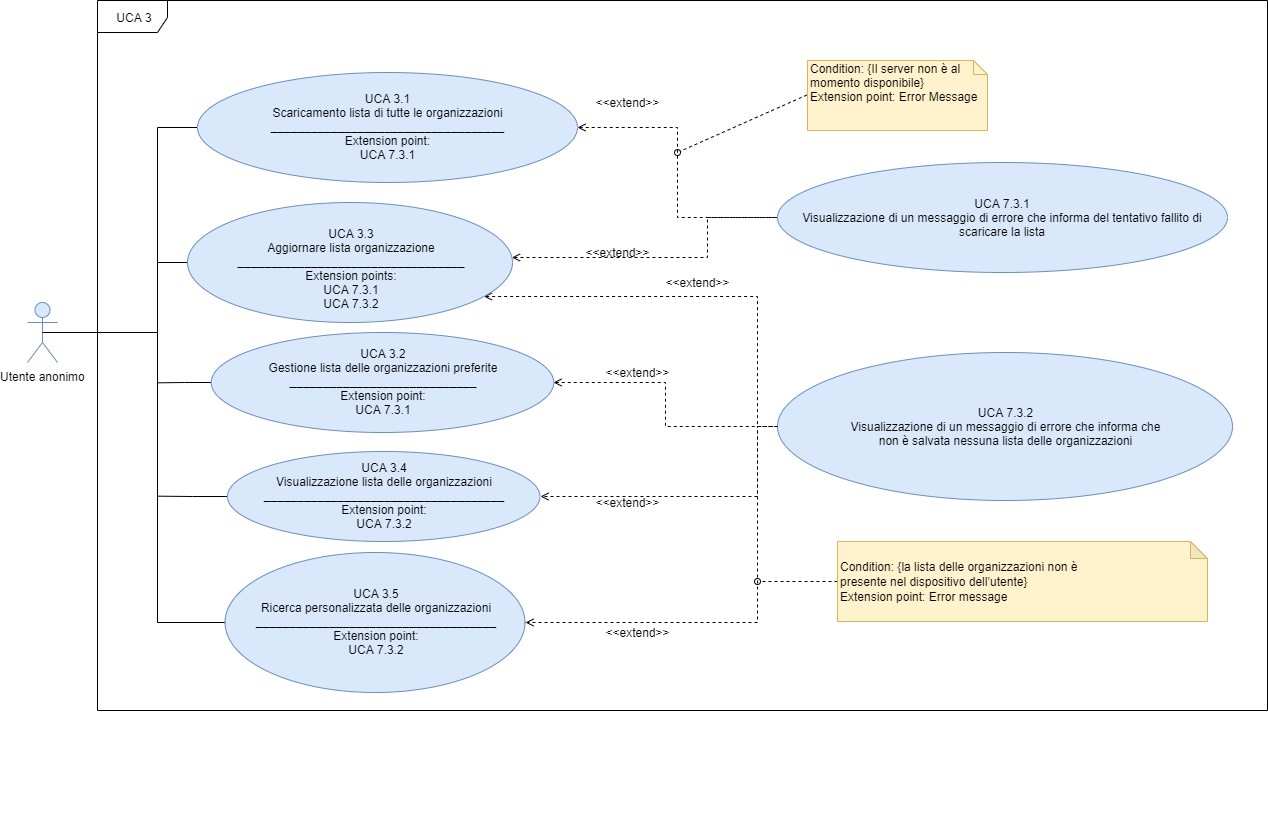
The draw.io diagram DocumentazioneEsterna/AnalisiRequisiti/sezioni/UseCase/Immagini/UCA3.png in qb-team/Stalker-Documentazione, before a commit. Source tidied: cells renumbered, new cells last; positions are measured from the earlier drawing's top-left corner, leaving out a move shared by most shapes.
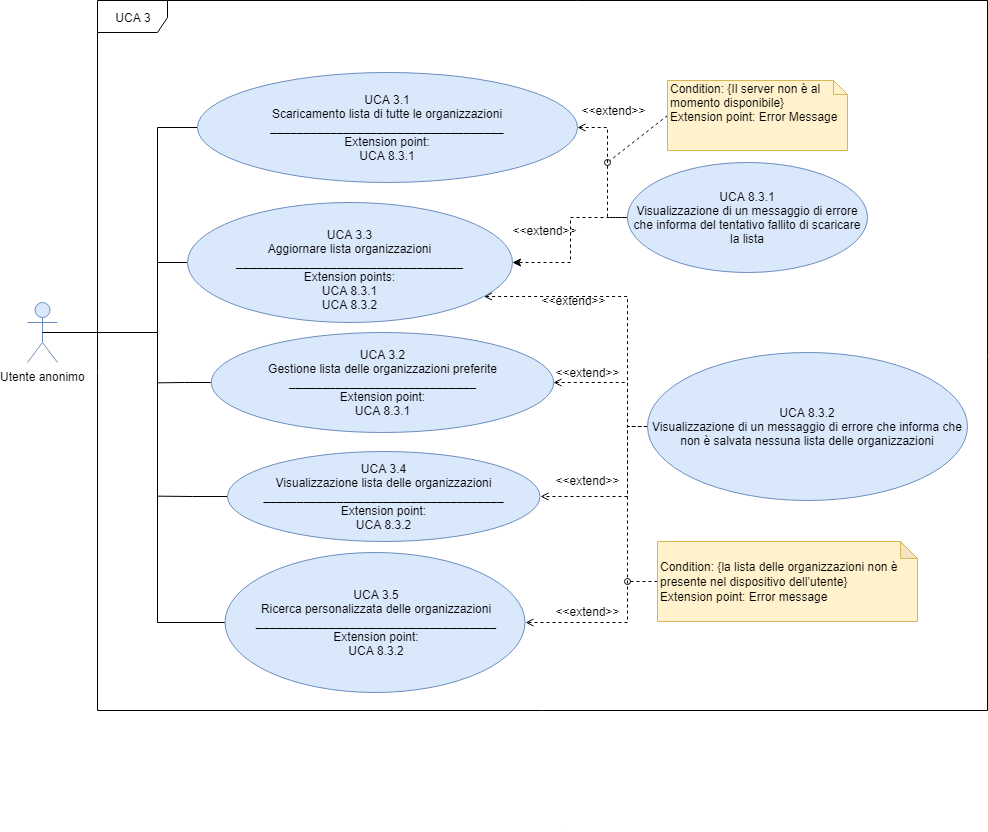
The same file after the commit.

Diff of the diagram source:
```diff
@@ -3,7 +3,7 @@
     <mxCell id="0" />
     <mxCell id="1" parent="0" />
     <mxCell id="2" value="UCA 3" style="shape=umlFrame;whiteSpace=wrap;html=1;width=70;height=32;" parent="1" vertex="1">
-      <mxGeometry x="70" width="1170" height="710" as="geometry" />
+      <mxGeometry x="70" width="890" height="710" as="geometry" />
     </mxCell>
     <mxCell id="3" value="Utente anonimo" style="shape=umlActor;verticalLabelPosition=bottom;labelBackgroundColor=#ffffff;verticalAlign=top;html=1;outlineConnect=0;fillColor=#dae8fc;strokeColor=#6c8ebf;fontSize=12;" parent="1" vertex="1">
       <mxGeometry y="302" width="30" height="60" as="geometry" />
@@ -16,45 +16,40 @@
         </Array>
       </mxGeometry>
     </mxCell>
-    <mxCell id="5" value="&lt;font style=&quot;font-size: 12px&quot;&gt;&lt;font style=&quot;font-size: 12px&quot;&gt;UCA 3.1&lt;br&gt;Scaricamento lista di tutte le organizzazioni&lt;br style=&quot;font-size: 12px&quot;&gt;&lt;font style=&quot;font-size: 12px&quot;&gt;&lt;b&gt;___________________________________&lt;br style=&quot;font-size: 12px&quot;&gt;&lt;/b&gt;&lt;div&gt;&lt;span&gt;Extension point:&lt;/span&gt;&lt;/div&gt;&lt;div&gt;&lt;span&gt;UCA 7.3.1&lt;/span&gt;&lt;/div&gt;&lt;/font&gt;&lt;/font&gt;&lt;/font&gt;" style="ellipse;whiteSpace=wrap;html=1;fillColor=#dae8fc;strokeColor=#6c8ebf;fontSize=12;" parent="1" vertex="1">
+    <mxCell id="5" value="&lt;font style=&quot;font-size: 12px&quot;&gt;&lt;font style=&quot;font-size: 12px&quot;&gt;UCA 3.1&lt;br&gt;Scaricamento lista di tutte le organizzazioni&lt;br style=&quot;font-size: 12px&quot;&gt;&lt;font style=&quot;font-size: 12px&quot;&gt;&lt;b&gt;___________________________________&lt;br style=&quot;font-size: 12px&quot;&gt;&lt;/b&gt;&lt;div&gt;&lt;span&gt;Extension point:&lt;/span&gt;&lt;/div&gt;&lt;div&gt;&lt;span&gt;UCA 8.3.1&lt;/span&gt;&lt;/div&gt;&lt;/font&gt;&lt;/font&gt;&lt;/font&gt;" style="ellipse;whiteSpace=wrap;html=1;fillColor=#dae8fc;strokeColor=#6c8ebf;fontSize=12;" parent="1" vertex="1">
       <mxGeometry x="170" y="72" width="380" height="110" as="geometry" />
     </mxCell>
-    <mxCell id="6" style="edgeStyle=orthogonalEdgeStyle;rounded=0;jettySize=auto;html=1;exitX=0;exitY=0.5;exitDx=0;exitDy=0;dashed=1;endArrow=open;endFill=0;startArrow=none;startFill=0;fontSize=12;" parent="1" edge="1" source="7" target="15">
-      <mxGeometry relative="1" as="geometry">
-        <Array as="points">
-          <mxPoint x="680" y="217" />
-          <mxPoint x="680" y="257" />
-        </Array>
-      </mxGeometry>
+    <mxCell id="6" style="edgeStyle=orthogonalEdgeStyle;rounded=0;jettySize=auto;html=1;entryX=1;entryY=0.5;entryDx=0;entryDy=0;dashed=1;" parent="1" edge="1" source="7" target="15">
+      <mxGeometry relative="1" as="geometry" />
     </mxCell>
-    <mxCell id="7" value="&lt;font style=&quot;font-size: 12px&quot;&gt;UCA 7.3.1&lt;br&gt;Visualizzazione di un messaggio di errore che informa del tentativo fallito di scaricare la lista&lt;/font&gt;" style="ellipse;whiteSpace=wrap;html=1;fillColor=#dae8fc;strokeColor=#6c8ebf;fontSize=12;" parent="1" vertex="1">
-      <mxGeometry x="750" y="162" width="450" height="110" as="geometry" />
+    <mxCell id="7" value="&lt;font style=&quot;font-size: 12px&quot;&gt;UCA 8.3.1&lt;br&gt;Visualizzazione di un messaggio di errore che informa del tentativo fallito di scaricare la lista&lt;/font&gt;" style="ellipse;whiteSpace=wrap;html=1;fillColor=#dae8fc;strokeColor=#6c8ebf;fontSize=12;" parent="1" vertex="1">
+      <mxGeometry x="600" y="162" width="240" height="110" as="geometry" />
     </mxCell>
     <mxCell id="8" style="edgeStyle=orthogonalEdgeStyle;rounded=0;jettySize=auto;html=1;exitX=0;exitY=0.5;exitDx=0;exitDy=0;entryX=1;entryY=0.5;entryDx=0;entryDy=0;dashed=1;endArrow=open;endFill=0;startArrow=none;startFill=0;fontSize=12;" parent="1" edge="1" source="10" target="17">
       <mxGeometry relative="1" as="geometry">
         <Array as="points">
-          <mxPoint x="730" y="426" />
-          <mxPoint x="730" y="496" />
+          <mxPoint x="600" y="426" />
+          <mxPoint x="600" y="496" />
         </Array>
       </mxGeometry>
     </mxCell>
     <mxCell id="9" style="edgeStyle=orthogonalEdgeStyle;rounded=0;jettySize=auto;html=1;exitX=0;exitY=0.5;exitDx=0;exitDy=0;entryX=1;entryY=0.5;entryDx=0;entryDy=0;dashed=1;endArrow=open;endFill=0;startArrow=none;startFill=0;fontSize=12;" parent="1" edge="1" source="10" target="19">
       <mxGeometry relative="1" as="geometry">
         <Array as="points">
-          <mxPoint x="730" y="426" />
-          <mxPoint x="730" y="622" />
+          <mxPoint x="600" y="426" />
+          <mxPoint x="600" y="622" />
         </Array>
       </mxGeometry>
     </mxCell>
-    <mxCell id="10" value="&lt;font style=&quot;font-size: 12px&quot;&gt;UCA 7.3.2&lt;br&gt;Visualizzazione di un messaggio di errore che informa che&lt;br style=&quot;box-sizing: content-box ; padding: 0px ; margin: 0px ; font-size: 12px&quot;&gt;non è salvata nessuna lista delle organizzazioni&lt;/font&gt;" style="ellipse;whiteSpace=wrap;html=1;fillColor=#dae8fc;strokeColor=#6c8ebf;fontSize=12;" parent="1" vertex="1">
-      <mxGeometry x="750" y="352" width="455" height="148" as="geometry" />
+    <mxCell id="10" value="&lt;font style=&quot;font-size: 12px&quot;&gt;UCA 8.3.2&lt;br&gt;Visualizzazione di un messaggio di errore che informa che&lt;br style=&quot;box-sizing: content-box ; padding: 0px ; margin: 0px ; font-size: 12px&quot;&gt;non è salvata nessuna lista delle organizzazioni&lt;/font&gt;" style="ellipse;whiteSpace=wrap;html=1;fillColor=#dae8fc;strokeColor=#6c8ebf;fontSize=12;" parent="1" vertex="1">
+      <mxGeometry x="620" y="352" width="320" height="148" as="geometry" />
     </mxCell>
     <mxCell id="11" style="edgeStyle=orthogonalEdgeStyle;rounded=0;jettySize=auto;html=1;exitX=0;exitY=0.5;exitDx=0;exitDy=0;startArrow=none;startFill=0;endArrow=none;endFill=0;fontSize=12;" parent="1" edge="1" source="12">
       <mxGeometry relative="1" as="geometry">
         <mxPoint x="130" y="382.3" as="targetPoint" />
       </mxGeometry>
     </mxCell>
-    <mxCell id="12" value="&lt;font style=&quot;font-size: 12px&quot;&gt;UCA 3.2&lt;br&gt;Gestione lista delle organizzazioni preferite&lt;br style=&quot;font-size: 12px&quot;&gt;&lt;div style=&quot;text-align: center&quot;&gt;&lt;span style=&quot;text-align: left&quot;&gt;&lt;b&gt;____________________________&lt;/b&gt;&lt;/span&gt;&lt;/div&gt;&lt;div style=&quot;text-align: center&quot;&gt;&lt;span style=&quot;text-align: left&quot;&gt;Extension point:&lt;/span&gt;&lt;/div&gt;UCA 7.3.1&lt;br style=&quot;font-size: 12px&quot;&gt;&lt;/font&gt;" style="ellipse;whiteSpace=wrap;html=1;fillColor=#dae8fc;strokeColor=#6c8ebf;fontSize=12;" parent="1" vertex="1">
+    <mxCell id="12" value="&lt;font style=&quot;font-size: 12px&quot;&gt;UCA 3.2&lt;br&gt;Gestione lista delle organizzazioni preferite&lt;br style=&quot;font-size: 12px&quot;&gt;&lt;div style=&quot;text-align: center&quot;&gt;&lt;span style=&quot;text-align: left&quot;&gt;&lt;b&gt;____________________________&lt;/b&gt;&lt;/span&gt;&lt;/div&gt;&lt;div style=&quot;text-align: center&quot;&gt;&lt;span style=&quot;text-align: left&quot;&gt;Extension point:&lt;/span&gt;&lt;/div&gt;UCA 8.3.1&lt;br style=&quot;font-size: 12px&quot;&gt;&lt;/font&gt;" style="ellipse;whiteSpace=wrap;html=1;fillColor=#dae8fc;strokeColor=#6c8ebf;fontSize=12;" parent="1" vertex="1">
       <mxGeometry x="183.8" y="332" width="342.5" height="100" as="geometry" />
     </mxCell>
     <mxCell id="13" style="edgeStyle=orthogonalEdgeStyle;rounded=0;jettySize=auto;html=1;exitX=0;exitY=0.5;exitDx=0;exitDy=0;startArrow=none;startFill=0;endArrow=none;endFill=0;fontSize=12;" parent="1" edge="1" source="15">
@@ -65,12 +60,12 @@
     <mxCell id="14" style="edgeStyle=orthogonalEdgeStyle;rounded=0;jettySize=auto;html=1;entryX=0;entryY=0.5;entryDx=0;entryDy=0;endArrow=none;endFill=0;startArrow=open;startFill=0;dashed=1;fontSize=12;" parent="1" edge="1" source="15" target="10">
       <mxGeometry relative="1" as="geometry">
         <Array as="points">
-          <mxPoint x="730" y="296" />
-          <mxPoint x="730" y="426" />
+          <mxPoint x="600" y="296" />
+          <mxPoint x="600" y="426" />
         </Array>
       </mxGeometry>
     </mxCell>
-    <mxCell id="15" value="&lt;font style=&quot;font-size: 12px&quot;&gt;&lt;span style=&quot;line-height: 100% ; font-size: 12px&quot;&gt;&lt;br style=&quot;font-size: 12px&quot;&gt;UCA 3.3&lt;br&gt;Aggiornare lista organizzazione&lt;/span&gt;&lt;br style=&quot;font-size: 12px&quot;&gt;&lt;div style=&quot;text-align: center&quot;&gt;&lt;span style=&quot;text-align: left&quot;&gt;&lt;b&gt;__________________________________&lt;/b&gt;&lt;/span&gt;&lt;/div&gt;&lt;div style=&quot;text-align: center&quot;&gt;&lt;span style=&quot;text-align: left&quot;&gt;Extension points:&lt;/span&gt;&lt;/div&gt;&lt;span style=&quot;text-align: left ; font-size: 12px&quot;&gt;UCA 7.3.1&lt;br&gt;UCA 7.3.2&lt;/span&gt;&lt;br style=&quot;font-size: 12px&quot;&gt;&lt;/font&gt;" style="ellipse;whiteSpace=wrap;html=1;fillColor=#dae8fc;strokeColor=#6c8ebf;fontSize=12;" parent="1" vertex="1">
+    <mxCell id="15" value="&lt;font style=&quot;font-size: 12px&quot;&gt;&lt;span style=&quot;line-height: 100% ; font-size: 12px&quot;&gt;&lt;br style=&quot;font-size: 12px&quot;&gt;UCA 3.3&lt;br&gt;Aggiornare lista organizzazioni&lt;/span&gt;&lt;br style=&quot;font-size: 12px&quot;&gt;&lt;div style=&quot;text-align: center&quot;&gt;&lt;span style=&quot;text-align: left&quot;&gt;&lt;b&gt;__________________________________&lt;/b&gt;&lt;/span&gt;&lt;/div&gt;&lt;div style=&quot;text-align: center&quot;&gt;&lt;span style=&quot;text-align: left&quot;&gt;Extension points:&lt;/span&gt;&lt;/div&gt;&lt;span style=&quot;text-align: left ; font-size: 12px&quot;&gt;UCA 8.3.1&lt;br&gt;UCA 8.3.2&lt;/span&gt;&lt;br style=&quot;font-size: 12px&quot;&gt;&lt;/font&gt;" style="ellipse;whiteSpace=wrap;html=1;fillColor=#dae8fc;strokeColor=#6c8ebf;fontSize=12;" parent="1" vertex="1">
       <mxGeometry x="160" y="202" width="325" height="120" as="geometry" />
     </mxCell>
     <mxCell id="16" style="edgeStyle=orthogonalEdgeStyle;rounded=0;jettySize=auto;html=1;exitX=0;exitY=0.5;exitDx=0;exitDy=0;startArrow=none;startFill=0;endArrow=none;endFill=0;fontSize=12;" parent="1" edge="1" source="17">
@@ -78,7 +73,7 @@
         <mxPoint x="130" y="495.7" as="targetPoint" />
       </mxGeometry>
     </mxCell>
-    <mxCell id="17" value="&lt;font style=&quot;font-size: 12px&quot;&gt;UCA 3.4&lt;br&gt;Visualizzazione lista delle organizzazioni&lt;br style=&quot;font-size: 12px&quot;&gt;&lt;span style=&quot;text-align: left&quot;&gt;&lt;b&gt;____________________________________&lt;/b&gt;&lt;br&gt;Extension point:&lt;br&gt;&lt;/span&gt;UCA 7.3.2&lt;br style=&quot;font-size: 12px&quot;&gt;&lt;/font&gt;" style="ellipse;whiteSpace=wrap;html=1;fillColor=#dae8fc;strokeColor=#6c8ebf;fontSize=12;" parent="1" vertex="1">
+    <mxCell id="17" value="&lt;font style=&quot;font-size: 12px&quot;&gt;UCA 3.4&lt;br&gt;Visualizzazione lista delle organizzazioni&lt;br style=&quot;font-size: 12px&quot;&gt;&lt;span style=&quot;text-align: left&quot;&gt;&lt;b&gt;____________________________________&lt;/b&gt;&lt;br&gt;Extension point:&lt;br&gt;&lt;/span&gt;UCA 8.3.2&lt;br style=&quot;font-size: 12px&quot;&gt;&lt;/font&gt;" style="ellipse;whiteSpace=wrap;html=1;fillColor=#dae8fc;strokeColor=#6c8ebf;fontSize=12;" parent="1" vertex="1">
       <mxGeometry x="200" y="451" width="312.5" height="90" as="geometry" />
     </mxCell>
     <mxCell id="18" style="edgeStyle=orthogonalEdgeStyle;rounded=0;jettySize=auto;html=1;exitX=0;exitY=0.5;exitDx=0;exitDy=0;startArrow=none;startFill=0;endArrow=none;endFill=0;fontSize=12;" parent="1" edge="1" source="19">
@@ -89,28 +84,37 @@
         </Array>
       </mxGeometry>
     </mxCell>
-    <mxCell id="19" value="&lt;font style=&quot;font-size: 12px&quot;&gt;UCA 3.5&lt;br&gt;Ricerca personalizzata delle organizzazioni&lt;br style=&quot;font-size: 12px&quot;&gt;&lt;div style=&quot;text-align: center&quot;&gt;&lt;span style=&quot;text-align: left&quot;&gt;&lt;b&gt;____________________________________&lt;/b&gt;&lt;/span&gt;&lt;/div&gt;&lt;div style=&quot;text-align: center&quot;&gt;&lt;span style=&quot;text-align: left&quot;&gt;Extension point:&lt;/span&gt;&lt;/div&gt;UCA 7.3.2&lt;br style=&quot;font-size: 12px&quot;&gt;&lt;/font&gt;" style="ellipse;whiteSpace=wrap;html=1;fillColor=#dae8fc;strokeColor=#6c8ebf;fontSize=12;" parent="1" vertex="1">
+    <mxCell id="19" value="&lt;font style=&quot;font-size: 12px&quot;&gt;UCA 3.5&lt;br&gt;Ricerca personalizzata delle organizzazioni&lt;br style=&quot;font-size: 12px&quot;&gt;&lt;div style=&quot;text-align: center&quot;&gt;&lt;span style=&quot;text-align: left&quot;&gt;&lt;b&gt;____________________________________&lt;/b&gt;&lt;/span&gt;&lt;/div&gt;&lt;div style=&quot;text-align: center&quot;&gt;&lt;span style=&quot;text-align: left&quot;&gt;Extension point:&lt;/span&gt;&lt;/div&gt;UCA 8.3.2&lt;br style=&quot;font-size: 12px&quot;&gt;&lt;/font&gt;" style="ellipse;whiteSpace=wrap;html=1;fillColor=#dae8fc;strokeColor=#6c8ebf;fontSize=12;" parent="1" vertex="1">
       <mxGeometry x="197.5" y="552" width="300" height="140" as="geometry" />
     </mxCell>
-    <mxCell id="20" style="rounded=0;orthogonalLoop=1;jettySize=auto;html=1;exitX=0;exitY=0.5;exitDx=0;exitDy=0;exitPerimeter=0;endArrow=oval;endFill=0;dashed=1;fontSize=12;" parent="1" edge="1">
+    <mxCell id="20" style="rounded=0;jettySize=auto;html=1;exitX=0;exitY=0.5;exitDx=0;exitDy=0;exitPerimeter=0;endArrow=oval;endFill=0;dashed=1;fontSize=12;" parent="1" edge="1" source="32">
       <mxGeometry relative="1" as="geometry">
-        <mxPoint x="785" y="92" as="sourcePoint" />
-        <mxPoint x="650" y="152" as="targetPoint" />
+        <mxPoint x="580" y="162" as="targetPoint" />
       </mxGeometry>
     </mxCell>
     <mxCell id="21" style="edgeStyle=none;rounded=0;jettySize=auto;html=1;exitX=0;exitY=0.5;exitDx=0;exitDy=0;exitPerimeter=0;endArrow=oval;endFill=0;dashed=1;fontSize=12;" parent="1" edge="1" source="22">
       <mxGeometry relative="1" as="geometry">
-        <mxPoint x="730" y="581" as="targetPoint" />
+        <mxPoint x="600" y="581" as="targetPoint" />
       </mxGeometry>
     </mxCell>
     <mxCell id="22" value="&lt;div style=&quot;font-size: 12px&quot;&gt;&lt;font style=&quot;font-size: 12px&quot;&gt;Condition: {&lt;span style=&quot;box-sizing: content-box ; line-height: 15.6933px ; font-size: 12px&quot;&gt;la lista delle organizzazioni non è presente&amp;nbsp;&lt;/span&gt;&lt;span style=&quot;white-space: nowrap ; font-size: 12px&quot;&gt;nel dispositivo dell’utente}&lt;/span&gt;&lt;/font&gt;&lt;/div&gt;&lt;div style=&quot;font-size: 12px&quot;&gt;&lt;font style=&quot;font-size: 12px&quot;&gt;Extension point: Error message&lt;/font&gt;&lt;/div&gt;" style="shape=note;whiteSpace=wrap;html=1;backgroundOutline=1;darkOpacity=0.05;align=left;fillColor=#fff2cc;strokeColor=#d6b656;fontSize=12;size=17;" parent="1" vertex="1">
-      <mxGeometry x="810" y="541" width="370" height="80" as="geometry" />
+      <mxGeometry x="630" y="541" width="260" height="80" as="geometry" />
     </mxCell>
     <mxCell id="23" style="endArrow=none;dashed=1;html=1;entryX=0;entryY=0.5;entryDx=0;entryDy=0;exitX=1;exitY=0.5;exitDx=0;exitDy=0;edgeStyle=orthogonalEdgeStyle;endFill=0;startArrow=open;startFill=0;fontSize=12;rounded=0;" parent="1" edge="1" source="5" target="7">
-      <mxGeometry relative="1" as="geometry" />
+      <mxGeometry relative="1" as="geometry">
+        <Array as="points">
+          <mxPoint x="580" y="127" />
+          <mxPoint x="580" y="217" />
+        </Array>
+      </mxGeometry>
     </mxCell>
     <mxCell id="24" style="endArrow=none;dashed=1;html=1;entryX=0;entryY=0.5;entryDx=0;entryDy=0;exitX=1;exitY=0.5;exitDx=0;exitDy=0;edgeStyle=orthogonalEdgeStyle;startArrow=open;startFill=0;fontSize=12;rounded=0;" parent="1" edge="1" source="12" target="10">
-      <mxGeometry relative="1" as="geometry" />
+      <mxGeometry relative="1" as="geometry">
+        <Array as="points">
+          <mxPoint x="600" y="382" />
+          <mxPoint x="600" y="426" />
+        </Array>
+      </mxGeometry>
     </mxCell>
     <mxCell id="25" style="edgeStyle=orthogonalEdgeStyle;rounded=0;orthogonalLoop=1;jettySize=auto;html=1;exitX=0.5;exitY=1;exitDx=0;exitDy=0;dashed=1;endArrow=none;endFill=0;" parent="1" edge="1">
       <mxGeometry relative="1" as="geometry">
@@ -118,26 +122,26 @@
         <mxPoint x="535" y="830" as="targetPoint" />
       </mxGeometry>
     </mxCell>
-    <mxCell id="26" value="&amp;lt;&amp;lt;extend&amp;gt;&amp;gt;" style="text;html=1;strokeColor=none;fillColor=none;align=center;verticalAlign=middle;whiteSpace=wrap;rounded=0;fontSize=12;" parent="1" vertex="1">
-      <mxGeometry x="570" y="242" width="40" height="20" as="geometry" />
-    </mxCell>
     <mxCell id="27" value="&amp;lt;&amp;lt;extend&amp;gt;&amp;gt;" style="text;html=1;strokeColor=none;fillColor=none;align=center;verticalAlign=middle;whiteSpace=wrap;rounded=0;fontSize=12;" parent="1" vertex="1">
-      <mxGeometry x="580" y="92" width="40" height="20" as="geometry" />
+      <mxGeometry x="566.2" y="100" width="40" height="20" as="geometry" />
     </mxCell>
     <mxCell id="28" value="&amp;lt;&amp;lt;extend&amp;gt;&amp;gt;" style="text;html=1;strokeColor=none;fillColor=none;align=center;verticalAlign=middle;whiteSpace=wrap;rounded=0;fontSize=12;" parent="1" vertex="1">
-      <mxGeometry x="590" y="622" width="40" height="20" as="geometry" />
+      <mxGeometry x="540" y="601" width="40" height="20" as="geometry" />
     </mxCell>
     <mxCell id="29" value="&amp;lt;&amp;lt;extend&amp;gt;&amp;gt;" style="text;html=1;strokeColor=none;fillColor=none;align=center;verticalAlign=middle;whiteSpace=wrap;rounded=0;fontSize=12;" parent="1" vertex="1">
-      <mxGeometry x="580" y="492" width="40" height="20" as="geometry" />
+      <mxGeometry x="540" y="470" width="40" height="20" as="geometry" />
     </mxCell>
     <mxCell id="30" value="&amp;lt;&amp;lt;extend&amp;gt;&amp;gt;" style="text;html=1;strokeColor=none;fillColor=none;align=center;verticalAlign=middle;whiteSpace=wrap;rounded=0;fontSize=12;" parent="1" vertex="1">
-      <mxGeometry x="590" y="362" width="40" height="20" as="geometry" />
+      <mxGeometry x="540" y="362" width="40" height="20" as="geometry" />
     </mxCell>
     <mxCell id="31" value="&amp;lt;&amp;lt;extend&amp;gt;&amp;gt;" style="text;html=1;strokeColor=none;fillColor=none;align=center;verticalAlign=middle;whiteSpace=wrap;rounded=0;fontSize=12;" parent="1" vertex="1">
-      <mxGeometry x="650" y="272" width="40" height="20" as="geometry" />
+      <mxGeometry x="526.2" y="290" width="40" height="20" as="geometry" />
     </mxCell>
     <mxCell id="32" value="Condition: {Il server non è al momento disponibile}&lt;br&gt;&lt;div&gt;Extension point: Error Message&lt;/div&gt;" style="shape=note;whiteSpace=wrap;html=1;size=14;verticalAlign=top;align=left;spacingTop=-6;fontSize=12;fillColor=#fff2cc;strokeColor=#d6b656;" parent="1" vertex="1">
-      <mxGeometry x="780" y="60" width="180" height="70" as="geometry" />
+      <mxGeometry x="640" y="80" width="180" height="70" as="geometry" />
     </mxCell>
+    <mxCell id="26" value="&amp;lt;&amp;lt;extend&amp;gt;&amp;gt;" style="text;html=1;strokeColor=none;fillColor=none;align=center;verticalAlign=middle;whiteSpace=wrap;rounded=0;fontSize=12;" parent="1" vertex="1">
+      <mxGeometry x="497.5" y="220" width="40" height="20" as="geometry" />
+    </mxCell>
   </root>
 </mxGraphModel>
```
